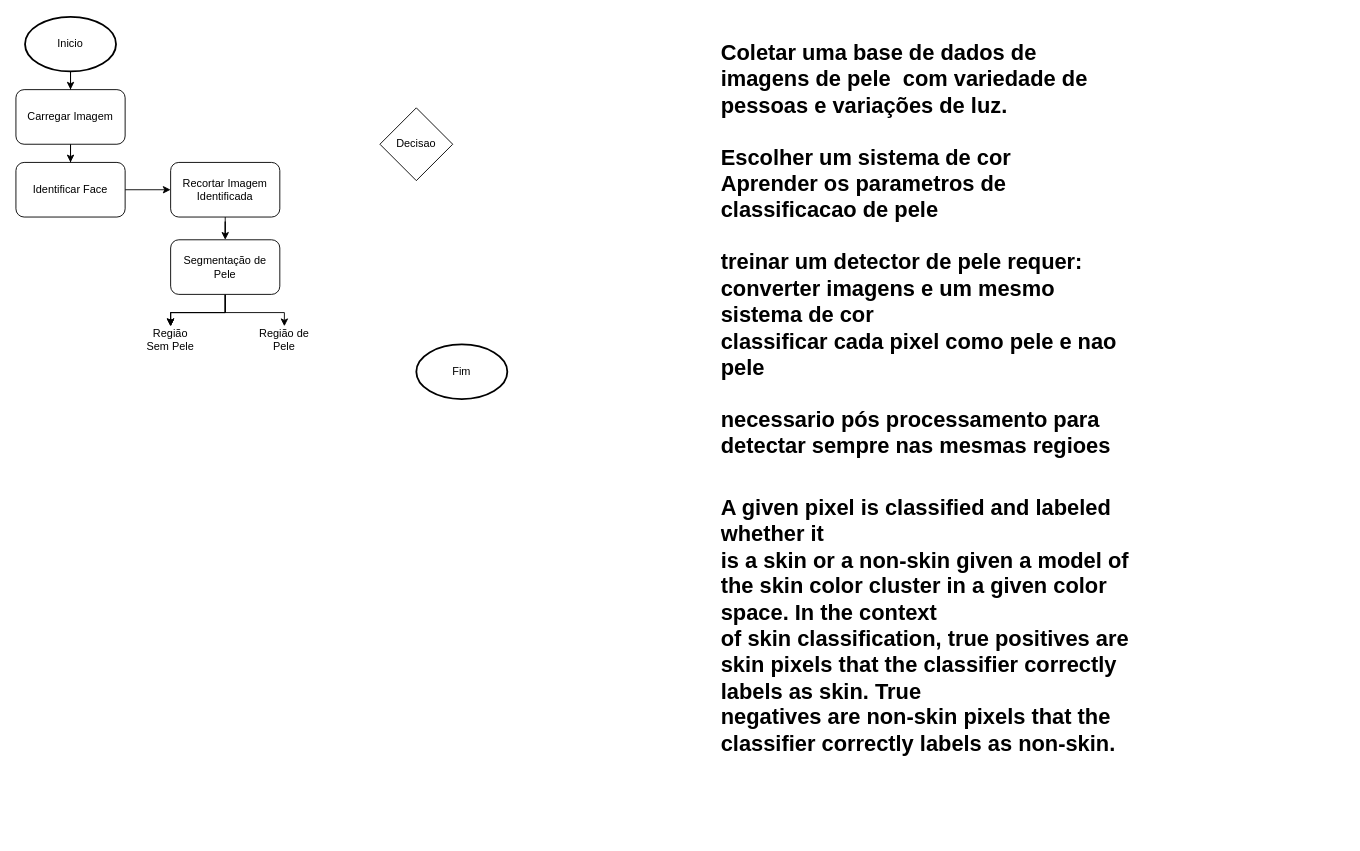
vittoria-thomasini/Extract_skintone_image keeps this draw.io diagram as Untitled Diagram.drawio. Above is the earlier version. Source tidied: cells renumbered, new cells numbered last; positions are measured from the earlier drawing's top-left corner, leaving out a move shared by most shapes. Both pictures are drawn from the tidied source at 91%, with x=0, y=0 at pixel (15, 16).
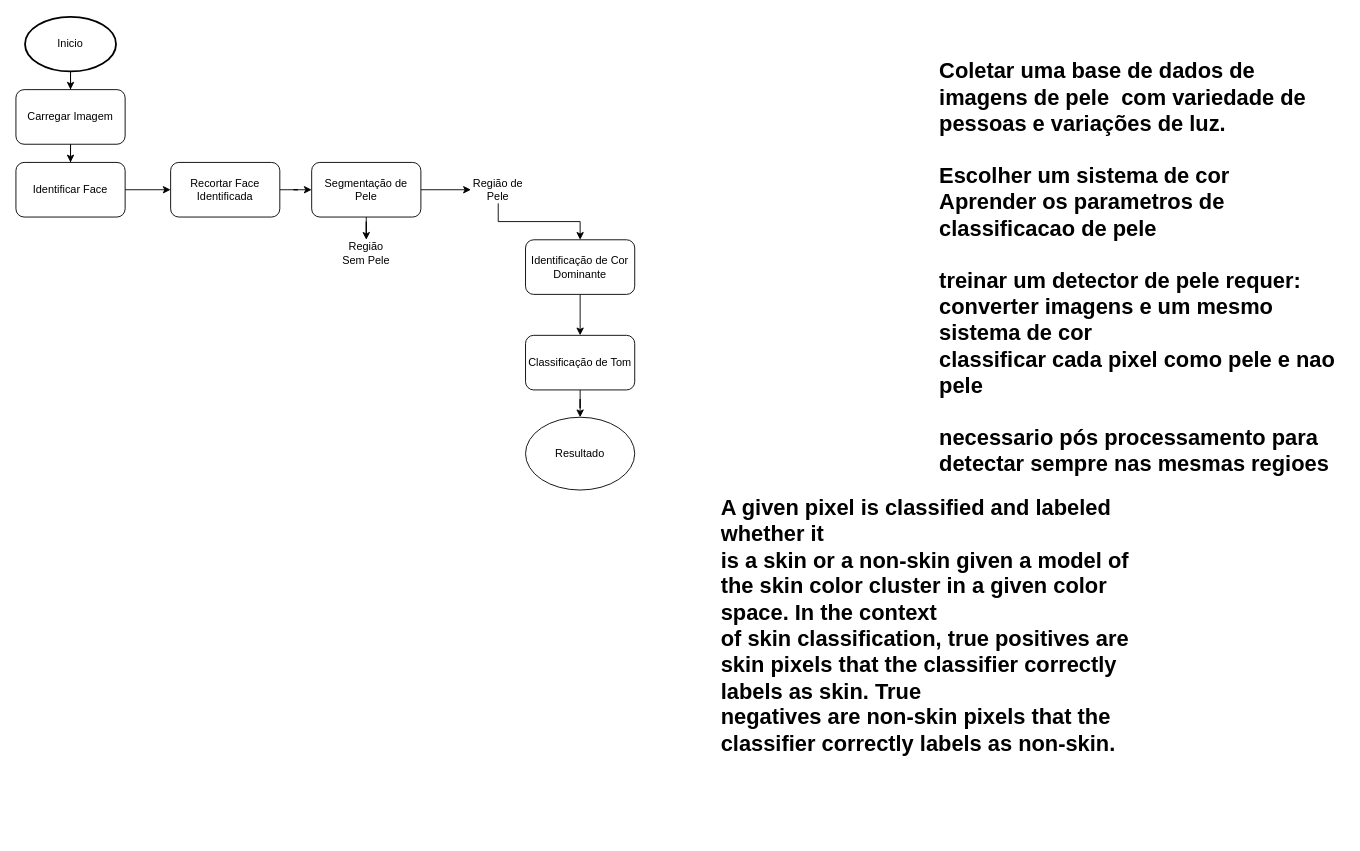
The same diagram, later.

Diff of the diagram source:
```diff
@@
-    <mxCell id="6" value="Fim" style="strokeWidth=2;html=1;shape=mxgraph.flowchart.start_1;whiteSpace=wrap;" parent="1" vertex="1">
-      <mxGeometry x="440" y="360" width="100" height="60" as="geometry" />
-    </mxCell>
-    <mxCell id="7" value="Decisao" style="rhombus;whiteSpace=wrap;html=1;" parent="1" vertex="1">
-      <mxGeometry x="400" y="100" width="80" height="80" as="geometry" />
-    </mxCell>
@@
-    <mxCell id="11" value="Recortar Imagem Identificada" style="rounded=1;whiteSpace=wrap;html=1;" parent="1" vertex="1">
+    <mxCell id="11" value="Recortar Face Identificada" style="rounded=1;whiteSpace=wrap;html=1;" parent="1" vertex="1">
       <mxGeometry x="170" y="160" width="120" height="60" as="geometry" />
     </mxCell>
-    <mxCell id="12" style="edgeStyle=orthogonalEdgeStyle;rounded=0;jettySize=auto;html=1;" parent="1" edge="1" source="16" target="18">
-      <mxGeometry relative="1" as="geometry" />
-    </mxCell>
-    <mxCell id="13" style="edgeStyle=orthogonalEdgeStyle;rounded=0;jettySize=auto;html=1;" parent="1" edge="1" source="16" target="18">
-      <mxGeometry relative="1" as="geometry" />
-    </mxCell>
-    <mxCell id="14" style="edgeStyle=orthogonalEdgeStyle;rounded=0;jettySize=auto;html=1;" parent="1" edge="1" source="16" target="18">
-      <mxGeometry relative="1" as="geometry" />
-    </mxCell>
@@
+    <mxCell id="21" style="edgeStyle=orthogonalEdgeStyle;rounded=0;jettySize=auto;html=1;" parent="1" edge="1" source="16" target="18">
+      <mxGeometry relative="1" as="geometry" />
+    </mxCell>
     <mxCell id="16" value="Segmentação de Pele" style="rounded=1;whiteSpace=wrap;html=1;" parent="1" vertex="1">
-      <mxGeometry x="170" y="245" width="120" height="60" as="geometry" />
+      <mxGeometry x="325" y="160" width="120" height="60" as="geometry" />
     </mxCell>
+    <mxCell id="22" style="edgeStyle=orthogonalEdgeStyle;rounded=0;jettySize=auto;html=1;" parent="1" edge="1" source="17" target="24">
+      <mxGeometry relative="1" as="geometry" />
+    </mxCell>
     <mxCell id="17" value="Região de Pele" style="text;html=1;strokeColor=none;fillColor=none;align=center;verticalAlign=middle;whiteSpace=wrap;rounded=0;" parent="1" vertex="1">
-      <mxGeometry x="265" y="340" width="60" height="30" as="geometry" />
+      <mxGeometry x="500" y="175" width="60" height="30" as="geometry" />
     </mxCell>
     <mxCell id="18" value="Região Sem Pele" style="text;html=1;strokeColor=none;fillColor=none;align=center;verticalAlign=middle;whiteSpace=wrap;rounded=0;" parent="1" vertex="1">
-      <mxGeometry x="140" y="340" width="60" height="30" as="geometry" />
+      <mxGeometry x="355" y="245" width="60" height="30" as="geometry" />
     </mxCell>
     <mxCell id="19" value="&lt;h1&gt;Coletar uma base de dados de imagens de pele&amp;nbsp; com variedade de pessoas e variações de luz.&lt;br&gt;&lt;br&gt;Escolher um sistema de cor&lt;br&gt;Aprender os parametros de classificacao de pele&lt;br&gt;&lt;br&gt;treinar um detector de pele requer:&lt;br&gt;converter imagens e um mesmo sistema de cor&amp;nbsp;&lt;br&gt;classificar cada pixel como pele e nao pele&amp;nbsp;&lt;br&gt;&lt;br&gt;necessario pós processamento para detectar sempre nas mesmas regioes&lt;br&gt;&lt;br&gt;&lt;br&gt;&lt;br&gt;&lt;/h1&gt;" style="text;html=1;strokeColor=none;fillColor=none;spacing=5;spacingTop=-20;whiteSpace=wrap;overflow=hidden;rounded=0;" parent="1" vertex="1">
-      <mxGeometry x="770" y="20" width="450" height="480" as="geometry" />
+      <mxGeometry x="1010" y="40" width="450" height="480" as="geometry" />
     </mxCell>
@@
+    <mxCell id="23" style="edgeStyle=orthogonalEdgeStyle;rounded=0;jettySize=auto;html=1;" parent="1" edge="1" source="24" target="26">
+      <mxGeometry relative="1" as="geometry" />
+    </mxCell>
+    <mxCell id="24" value="Identificação de Cor Dominante" style="rounded=1;whiteSpace=wrap;html=1;" parent="1" vertex="1">
+      <mxGeometry x="560" y="245" width="120" height="60" as="geometry" />
+    </mxCell>
+    <mxCell id="25" style="edgeStyle=orthogonalEdgeStyle;rounded=0;jettySize=auto;html=1;entryX=0.5;entryY=0;entryDx=0;entryDy=0;" parent="1" edge="1" source="26" target="27">
+      <mxGeometry relative="1" as="geometry" />
+    </mxCell>
+    <mxCell id="26" value="Classificação de Tom" style="rounded=1;whiteSpace=wrap;html=1;" parent="1" vertex="1">
+      <mxGeometry x="560" y="350" width="120" height="60" as="geometry" />
+    </mxCell>
+    <mxCell id="27" value="Resultado" style="ellipse;whiteSpace=wrap;html=1;" parent="1" vertex="1">
+      <mxGeometry x="560" y="440" width="120" height="80" as="geometry" />
+    </mxCell>
```
